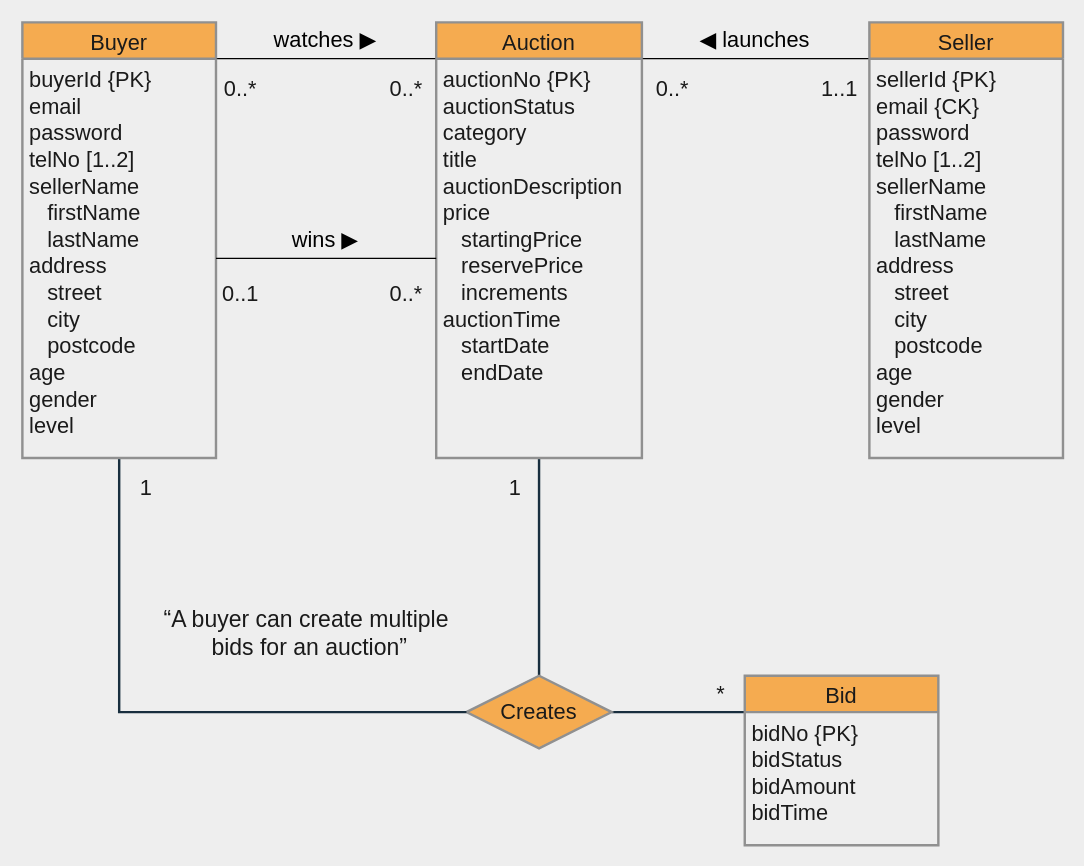
gearhere/auction-house keeps this draw.io diagram as ERD_Simplest.drawio. Above is the earlier version. Source tidied: cells renumbered, new cells numbered last; positions are measured from the earlier drawing's top-left corner, leaving out a move shared by most shapes. Both pictures are drawn from the tidied source at 121%, with x=0, y=0 at pixel (22, 22).
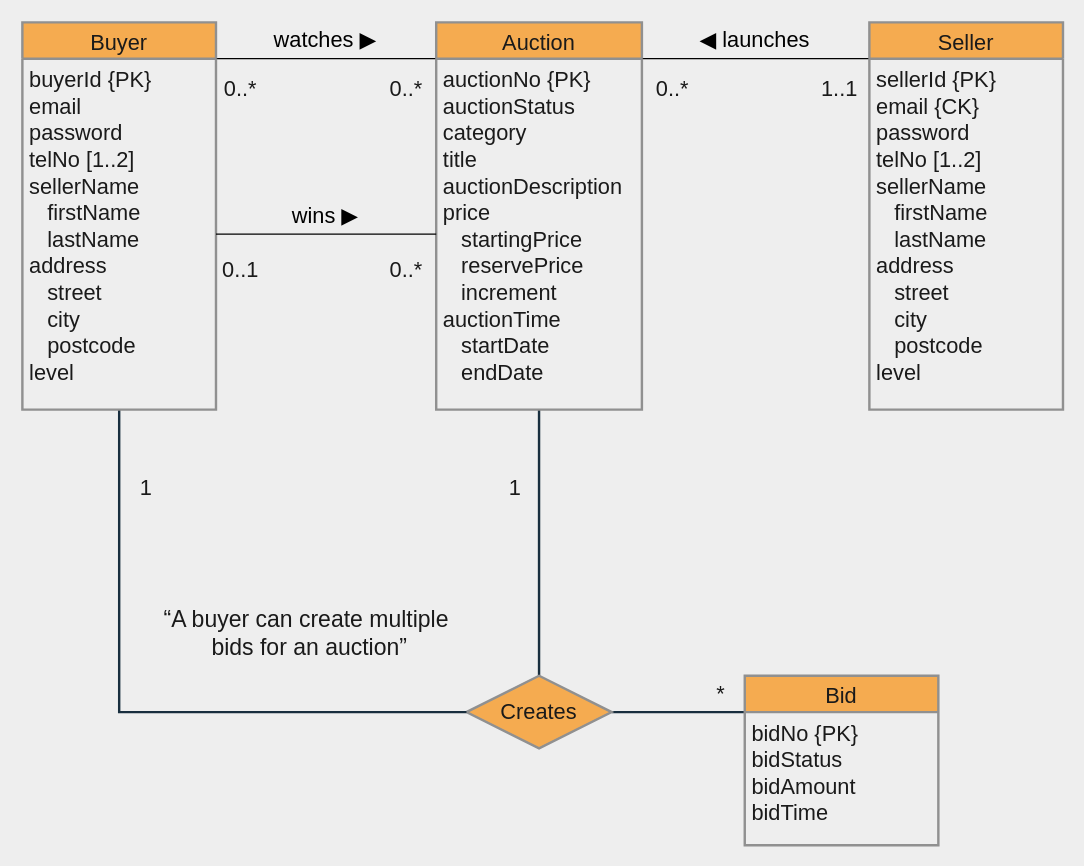
Above is the later version.

Commit message (it also covers changes not shown here):
Change telNo to NOT NULL

Diff of the diagram source:
```diff
@@
     <mxCell id="19" value="Auction" style="swimlane;horizontal=1;startSize=30;fontSize=18;fontStyle=0;strokeWidth=2;shadow=0;dashed=0;align=center;fillColor=#F5AB50;strokeColor=#909090;fontColor=#1A1A1A;" parent="1" vertex="1">
-      <mxGeometry x="342" width="170" height="360" as="geometry" />
+      <mxGeometry x="342" width="170" height="320" as="geometry" />
     </mxCell>
-    <mxCell id="20" value="auctionNo {PK}&#10;auctionStatus&#10;category&#10;title&#10;auctionDescription&#10;price&#10;   startingPrice&#10;   reservePrice&#10;   increments&#10;auctionTime&#10;   startDate&#10;   endDate" style="align=left;strokeColor=none;fillColor=none;spacingLeft=4;fontSize=18;verticalAlign=top;fontStyle=0;fontColor=#1A1A1A;" parent="19" vertex="1">
-      <mxGeometry y="30" width="170" height="330" as="geometry" />
+    <mxCell id="20" value="auctionNo {PK}&#10;auctionStatus&#10;category&#10;title&#10;auctionDescription&#10;price&#10;   startingPrice&#10;   reservePrice&#10;   increment&#10;auctionTime&#10;   startDate&#10;   endDate" style="align=left;strokeColor=none;fillColor=none;spacingLeft=4;fontSize=18;verticalAlign=top;fontStyle=0;fontColor=#1A1A1A;" parent="19" vertex="1">
+      <mxGeometry y="30" width="170" height="290" as="geometry" />
     </mxCell>
     <mxCell id="21" value="Buyer" style="swimlane;horizontal=1;startSize=30;fontSize=18;fontStyle=0;strokeWidth=2;shadow=0;dashed=0;align=center;fillColor=#F5AB50;strokeColor=#909090;fontColor=#1A1A1A;" parent="1" vertex="1">
-      <mxGeometry width="160" height="360" as="geometry" />
+      <mxGeometry width="160" height="320" as="geometry" />
     </mxCell>
-    <mxCell id="22" value="buyerId {PK}&#10;email&#10;password&#10;telNo [1..2]&#10;sellerName&#10;   firstName&#10;   lastName&#10;address&#10;   street&#10;   city&#10;   postcode&#10;age&#10;gender&#10;level" style="align=left;strokeColor=none;fillColor=none;spacingLeft=4;fontSize=18;verticalAlign=top;fontColor=#1A1A1A;" parent="21" vertex="1">
-      <mxGeometry y="30" width="160" height="330" as="geometry" />
+    <mxCell id="22" value="buyerId {PK}&#10;email&#10;password&#10;telNo [1..2]&#10;sellerName&#10;   firstName&#10;   lastName&#10;address&#10;   street&#10;   city&#10;   postcode&#10;level" style="align=left;strokeColor=none;fillColor=none;spacingLeft=4;fontSize=18;verticalAlign=top;fontColor=#1A1A1A;" parent="21" vertex="1">
+      <mxGeometry y="30" width="160" height="290" as="geometry" />
     </mxCell>
     <mxCell id="23" value="Seller" style="swimlane;horizontal=1;startSize=30;fontSize=18;fontStyle=0;strokeWidth=2;shadow=0;dashed=0;align=center;fillColor=#F5AB50;strokeColor=#909090;fontColor=#1A1A1A;" parent="1" vertex="1">
-      <mxGeometry x="700" width="160" height="360" as="geometry" />
+      <mxGeometry x="700" width="160" height="320" as="geometry" />
     </mxCell>
-    <mxCell id="24" value="sellerId {PK}&#10;email {CK}&#10;password&#10;telNo [1..2]&#10;sellerName&#10;   firstName&#10;   lastName&#10;address&#10;   street&#10;   city&#10;   postcode&#10;age&#10;gender&#10;level" style="align=left;strokeColor=none;fillColor=none;spacingLeft=4;fontSize=18;verticalAlign=top;fontColor=#1A1A1A;" parent="23" vertex="1">
-      <mxGeometry y="30" width="160" height="330" as="geometry" />
+    <mxCell id="24" value="sellerId {PK}&#10;email {CK}&#10;password&#10;telNo [1..2]&#10;sellerName&#10;   firstName&#10;   lastName&#10;address&#10;   street&#10;   city&#10;   postcode&#10;level" style="align=left;strokeColor=none;fillColor=none;spacingLeft=4;fontSize=18;verticalAlign=top;fontColor=#1A1A1A;" parent="23" vertex="1">
+      <mxGeometry y="30" width="160" height="290" as="geometry" />
     </mxCell>
@@
     <mxCell id="27" value="wins ▶" style="text;html=1;align=center;verticalAlign=middle;fontSize=18;" parent="1" vertex="1">
-      <mxGeometry x="215" y="165" width="70" height="30" as="geometry" />
+      <mxGeometry x="215" y="145" width="70" height="30" as="geometry" />
     </mxCell>
     <mxCell id="28" value="0..1" style="text;html=1;align=center;verticalAlign=middle;fontSize=18;fontColor=#1A1A1A;" parent="1" vertex="1">
-      <mxGeometry x="155" y="210" width="50" height="30" as="geometry" />
+      <mxGeometry x="155" y="190" width="50" height="30" as="geometry" />
     </mxCell>
     <mxCell id="29" value="0..*" style="text;html=1;align=center;verticalAlign=middle;fontSize=18;fontColor=#1A1A1A;" parent="1" vertex="1">
-      <mxGeometry x="297" y="210" width="40" height="30" as="geometry" />
+      <mxGeometry x="297" y="190" width="40" height="30" as="geometry" />
     </mxCell>
```
